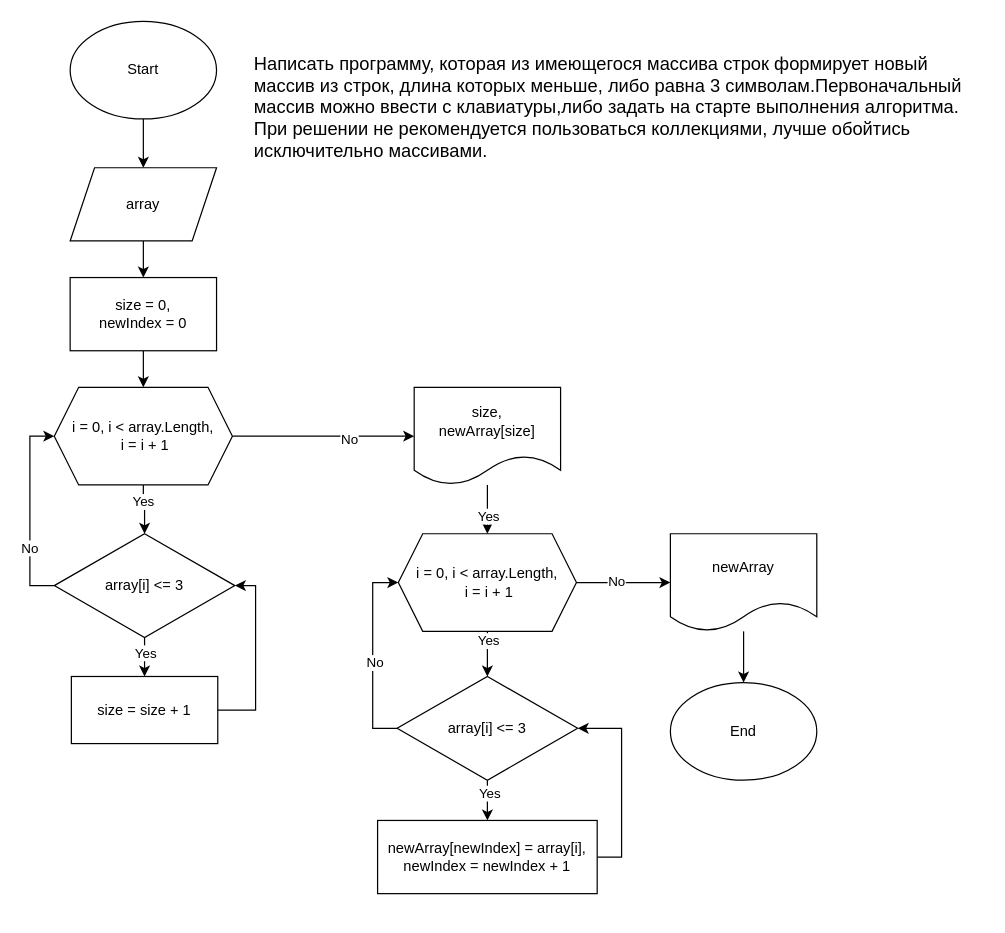
Before: Diagram.drawio in StasyStar/FinalWork, a draw.io diagram. Source tidied: cells renumbered, new cells numbered last; positions are measured from the earlier drawing's top-left corner, leaving out a move shared by most shapes. Both pictures are drawn from the tidied source at 122%, with x=0, y=0 at pixel (29, 21).
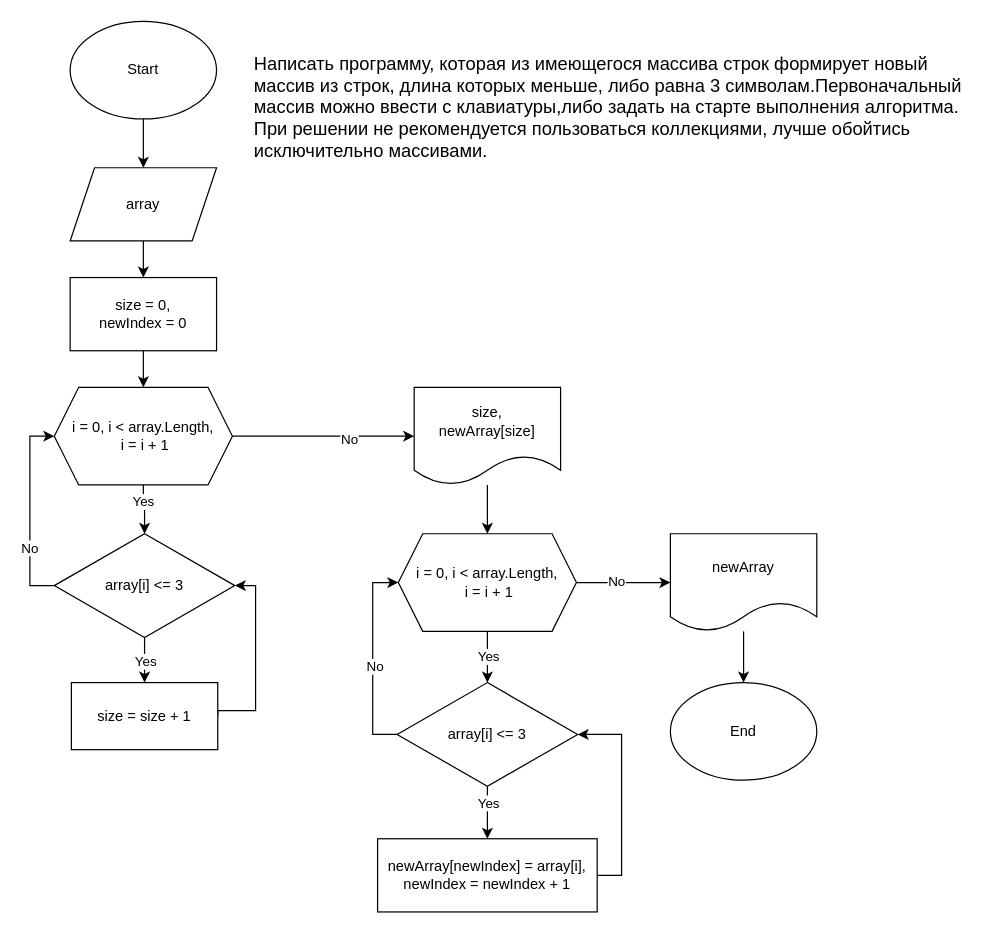
The same diagram, later.

The change refers to these unchanged cells:
```xml
<mxCell id="22" style="edgeStyle=orthogonalEdgeStyle;rounded=0;jettySize=auto;html=1;" parent="1" edge="1" source="24" target="29">
  <mxGeometry relative="1" as="geometry" />
</mxCell>
<mxCell id="27" style="edgeStyle=orthogonalEdgeStyle;rounded=0;jettySize=auto;html=1;" parent="1" edge="1" source="29" target="31">
  <mxGeometry relative="1" as="geometry" />
</mxCell>
<mxCell id="36" style="edgeStyle=orthogonalEdgeStyle;rounded=0;jettySize=auto;html=1;" parent="1" edge="1" source="38" target="24">
  <mxGeometry relative="1" as="geometry" />
</mxCell>
```

Change to the diagram source:
```diff
@@
     <mxCell id="19" value="size = size + 1" style="rounded=0;whiteSpace=wrap;html=1;" parent="1" vertex="1">
-      <mxGeometry x="34" y="537" width="120" height="55" as="geometry" />
+      <mxGeometry x="34" y="542" width="120" height="55" as="geometry" />
     </mxCell>
@@
     <mxCell id="23" value="Yes" style="edgeLabel;html=1;align=center;verticalAlign=middle;" parent="22" vertex="1">
-      <mxGeometry x="-0.67" relative="1" as="geometry" />
+      <mxGeometry x="-0.67" relative="1" as="geometry">
+        <mxPoint y="13" as="offset" />
+      </mxGeometry>
     </mxCell>
@@
     <mxCell id="28" value="Yes" style="edgeLabel;html=1;align=center;verticalAlign=middle;" parent="27" vertex="1">
-      <mxGeometry x="-0.57" y="1" relative="1" as="geometry" />
+      <mxGeometry x="-0.57" y="1" relative="1" as="geometry">
+        <mxPoint x="-1" y="4" as="offset" />
+      </mxGeometry>
     </mxCell>
     <mxCell id="29" value="array[i] &amp;lt;= 3" style="rhombus;whiteSpace=wrap;html=1;" parent="1" vertex="1">
-      <mxGeometry x="301" y="537" width="148" height="85" as="geometry" />
+      <mxGeometry x="301" y="542" width="148" height="85" as="geometry" />
     </mxCell>
@@
     <mxCell id="31" value="newArray[newIndex] = array[i],&lt;br&gt;newIndex = newIndex + 1" style="rounded=0;whiteSpace=wrap;html=1;" parent="1" vertex="1">
-      <mxGeometry x="285" y="655" width="180" height="60" as="geometry" />
+      <mxGeometry x="285" y="670" width="180" height="60" as="geometry" />
     </mxCell>
@@
-    <mxCell id="37" value="Yes" style="edgeLabel;html=1;align=center;verticalAlign=middle;" parent="36" vertex="1">
-      <mxGeometry x="0.24" relative="1" as="geometry" />
-    </mxCell>
```
